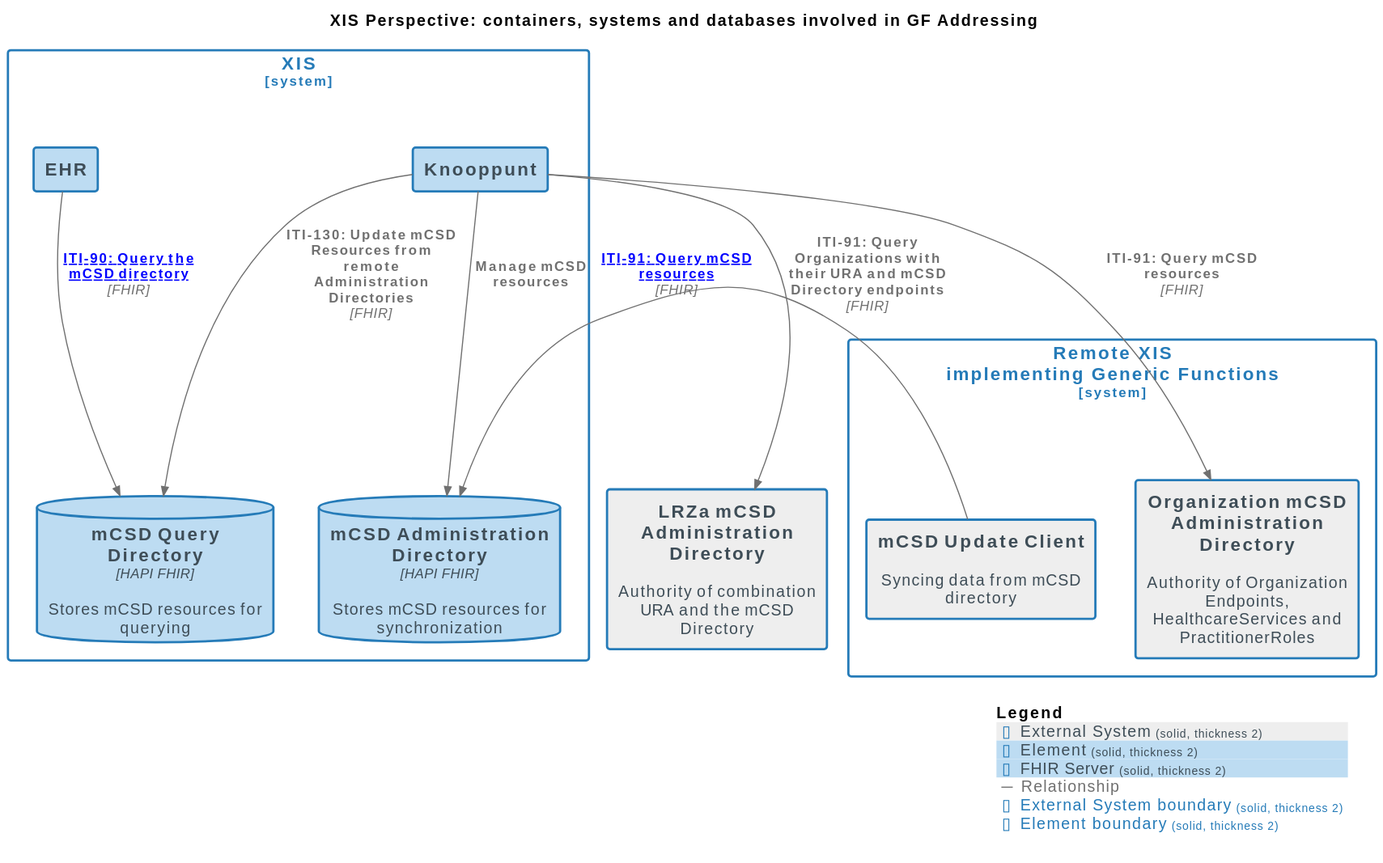
The PlantUML diagram docs/images/structurizr-GF_Addressing_ContainerDiagram.svg in nuts-foundation/nuts-knooppunt, before a commit.
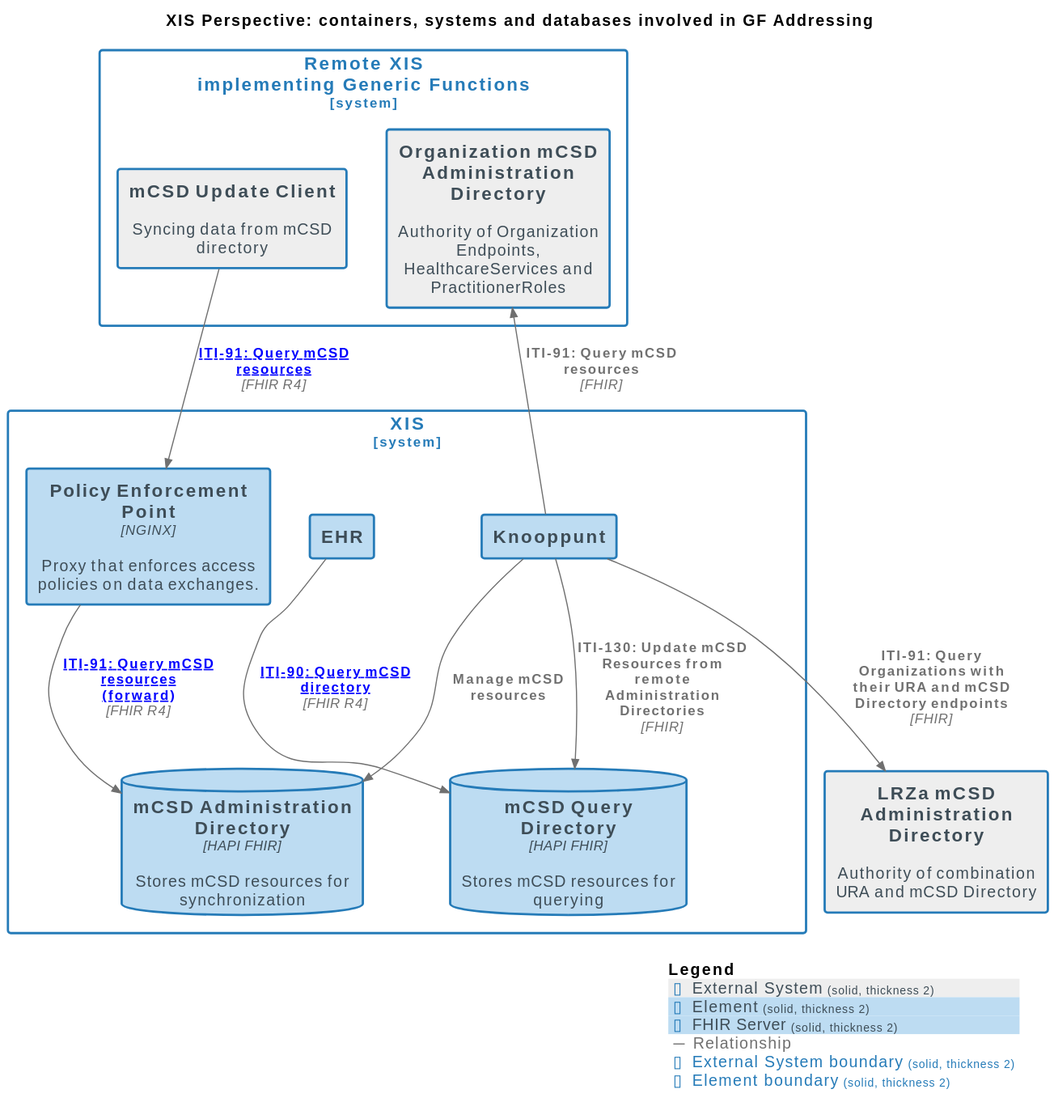
The same diagram one commit later.

The edit, as a diff of the source:
```diff
@@ -17,7 +17,7 @@
 AddBoundaryTag("External System", $bgColor="#ffffff", $borderColor="#257bb8", $fontColor="#257bb8", $shadowing="", $borderStyle="solid", $borderThickness="2")
 AddBoundaryTag("Element", $bgColor="#ffffff", $borderColor="#257bb8", $fontColor="#257bb8", $shadowing="", $borderStyle="solid", $borderThickness="2")
 
-System(LRZamCSDAdministrationDirectory, "LRZa mCSD Administration Directory", $descr="Authority of combination URA and the mCSD Directory", $tags="External System", $link="")
+System(LRZamCSDAdministrationDirectory, "LRZa mCSD Administration Directory", $descr="Authority of combination URA and mCSD Directory", $tags="External System", $link="")
 
 System_Boundary("RemoteXISimplementingGenericFunctions_boundary", "Remote XIS\nimplementing Generic Functions", $tags="External System") {
   Container(RemoteXISimplementingGenericFunctions.mCSDUpdateClient, "mCSD Update Client", $techn="", $descr="Syncing data from mCSD directory", $tags="External System", $link="")
@@ -25,16 +25,18 @@
 }
 
 System_Boundary("XIS_boundary", "XIS", $tags="Element") {
+  Container(XIS.EHR, "EHR", $techn="", $descr="", $tags="Element", $link="")
+  Container(XIS.PolicyEnforcementPoint, "Policy Enforcement Point", $techn="NGINX", $descr="Proxy that enforces access policies on data exchanges.", $tags="Element", $link="")
   Container(XIS.Knooppunt, "Knooppunt", $techn="", $descr="", $tags="Element", $link="")
   ContainerDb(XIS.mCSDQueryDirectory, "mCSD Query Directory", $techn="HAPI FHIR", $descr="Stores mCSD resources for querying", $tags="FHIR Server", $link="")
   ContainerDb(XIS.mCSDAdministrationDirectory, "mCSD Administration Directory", $techn="HAPI FHIR", $descr="Stores mCSD resources for synchronization", $tags="FHIR Server", $link="")
-  Container(XIS.EHR, "EHR", $techn="", $descr="", $tags="Element", $link="")
 }
 
 Rel(XIS.Knooppunt, XIS.mCSDQueryDirectory, "ITI-130: Update mCSD Resources from remote Administration Directories", $techn="FHIR", $tags="Relationship", $link="")
 Rel(XIS.Knooppunt, XIS.mCSDAdministrationDirectory, "Manage mCSD resources", $techn="", $tags="Relationship", $link="")
-Rel(XIS.EHR, XIS.mCSDQueryDirectory, "ITI-90: Query the mCSD directory", $techn="FHIR", $tags="Relationship", $link="https://profiles.ihe.net/ITI/mCSD/ITI-90.html")
-Rel(RemoteXISimplementingGenericFunctions.mCSDUpdateClient, XIS.mCSDAdministrationDirectory, "ITI-91: Query mCSD resources", $techn="FHIR", $tags="Relationship", $link="https://profiles.ihe.net/ITI/mCSD/ITI-91.html")
+Rel(XIS.EHR, XIS.mCSDQueryDirectory, "ITI-90: Query mCSD directory", $techn="FHIR R4", $tags="Relationship", $link="https://profiles.ihe.net/ITI/mCSD/ITI-90.html")
+Rel(RemoteXISimplementingGenericFunctions.mCSDUpdateClient, XIS.PolicyEnforcementPoint, "ITI-91: Query mCSD resources", $techn="FHIR R4", $tags="Relationship", $link="https://profiles.ihe.net/ITI/mCSD/ITI-91.html")
+Rel(XIS.PolicyEnforcementPoint, XIS.mCSDAdministrationDirectory, "ITI-91: Query mCSD resources\n(forward)", $techn="FHIR R4", $tags="Relationship", $link="https://profiles.ihe.net/ITI/mCSD/ITI-91.html")
 Rel(XIS.Knooppunt, LRZamCSDAdministrationDirectory, "ITI-91: Query Organizations with their URA and mCSD Directory endpoints", $techn="FHIR", $tags="Relationship", $link="")
 Rel(XIS.Knooppunt, RemoteXISimplementingGenericFunctions.OrganizationmCSDAdministrationDirectory, "ITI-91: Query mCSD resources", $techn="FHIR", $tags="Relationship", $link="")
 
```
